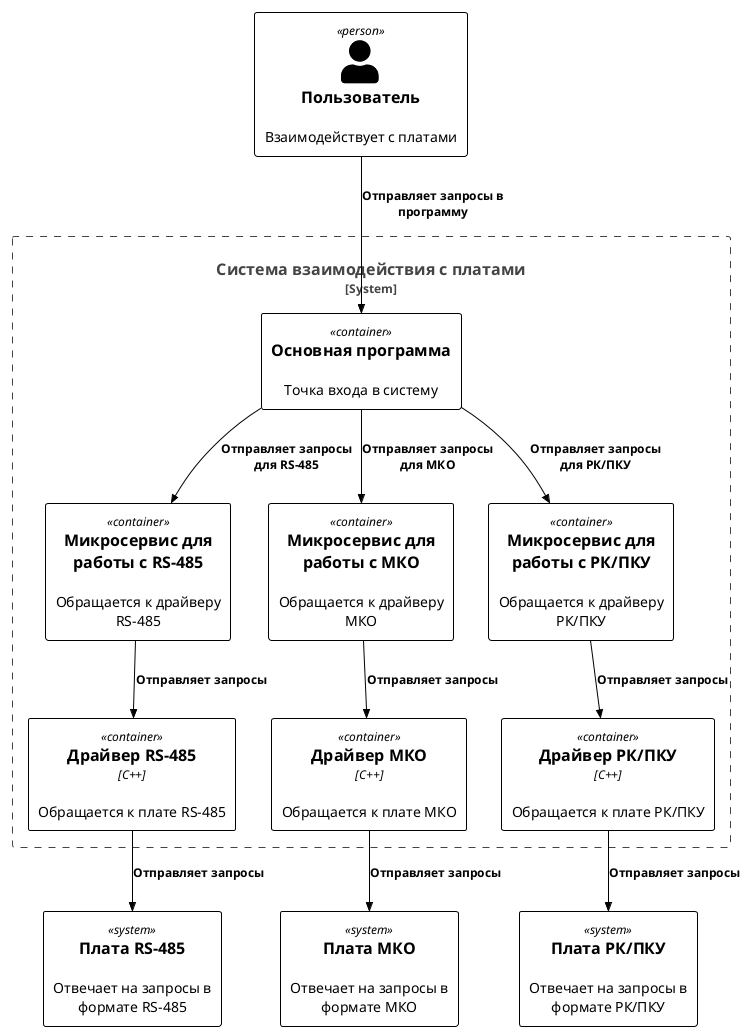
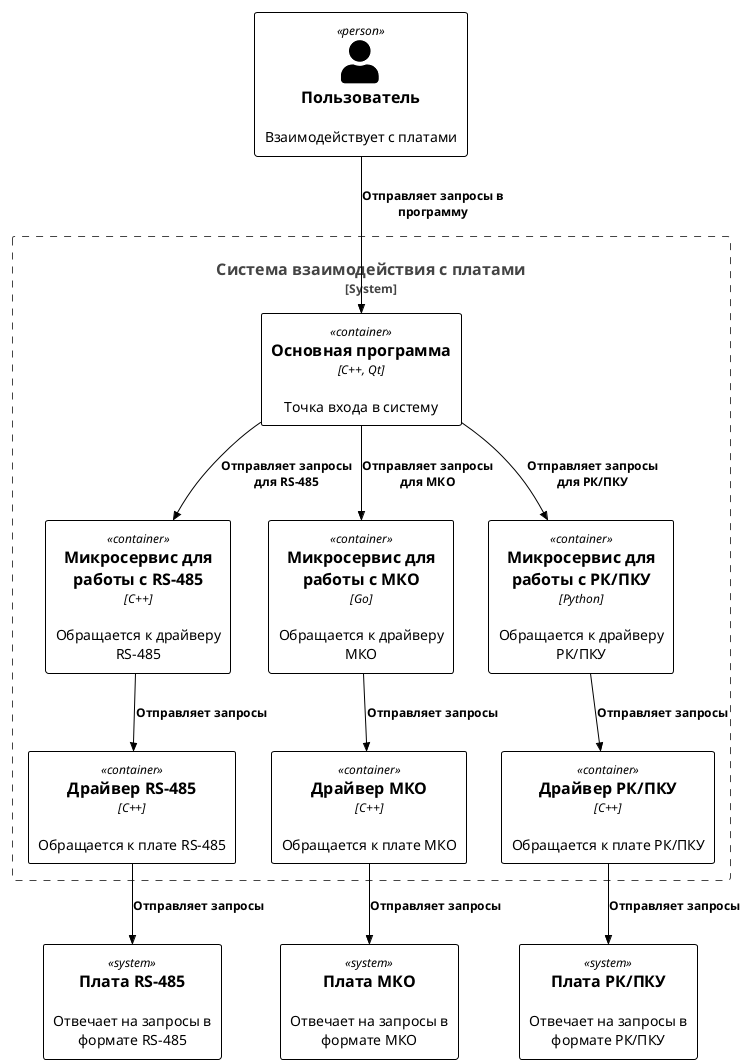
@startuml c_2

!include <C4/C4_Container>

!theme plain

UpdateElementStyle(Person, $borderColor="#000000", $fontColor="#000000", $bgColor="#ffffff")
UpdateElementStyle(System, $borderColor="#000000", $fontColor="#000000", $bgColor="#ffffff")
UpdateElementStyle(Container, $borderColor="#000000", $fontColor="#000000", $bgColor="#ffffff")


Person(user, "Пользователь", "Взаимодействует с платами")

System_Boundary(workplace, "Система взаимодействия с платами") {
-     Container(main, "Основная программа", "", "Точка входа в систему")
-     Container(rs485_service, "Микросервис для работы с RS-485", "", "Обращается к драйверу RS-485")
-     Container(mko_service, "Микросервис для работы с МКО", "", "Обращается к драйверу МКО")
-     Container(pku_service, "Микросервис для работы с РК/ПКУ", "", "Обращается к драйверу РК/ПКУ")
+     Container(main, "Основная программа", "C++, Qt", "Точка входа в систему")
+     Container(rs485_service, "Микросервис для работы с RS-485", "С++", "Обращается к драйверу RS-485")
+     Container(mko_service, "Микросервис для работы с МКО", "Go", "Обращается к драйверу МКО")
+     Container(pku_service, "Микросервис для работы с РК/ПКУ", "Python", "Обращается к драйверу РК/ПКУ")
    Container(rs485_driver, "Драйвер RS-485", "С++", "Обращается к плате RS-485")
    Container(mko_driver, "Драйвер МКО", "С++", "Обращается к плате МКО")
    Container(pku_driver, "Драйвер РК/ПКУ", "C++", "Обращается к плате РК/ПКУ")
}

System(rs485_board, "Плата RS-485", "Отвечает на запросы в формате RS-485")
System(mko_board, "Плата МКО", "Отвечает на запросы в формате МКО")
System(pku_board, "Плата РК/ПКУ", "Отвечает на запросы в формате РК/ПКУ")

Rel(user, main, "Отправляет запросы в программу")

Rel(main, rs485_service, "Отправляет запросы для RS-485")
Rel(main, mko_service, "Отправляет запросы для МКО")
Rel(main, pku_service, "Отправляет запросы для РК/ПКУ")

Rel(rs485_service, rs485_driver, "Отправляет запросы")

Rel(mko_service, mko_driver, "Отправляет запросы")

Rel(pku_service, pku_driver, "Отправляет запросы")

Rel(rs485_driver, rs485_board, "Отправляет запросы")

Rel(mko_driver, mko_board, "Отправляет запросы")

Rel(pku_driver, pku_board, "Отправляет запросы")

@enduml